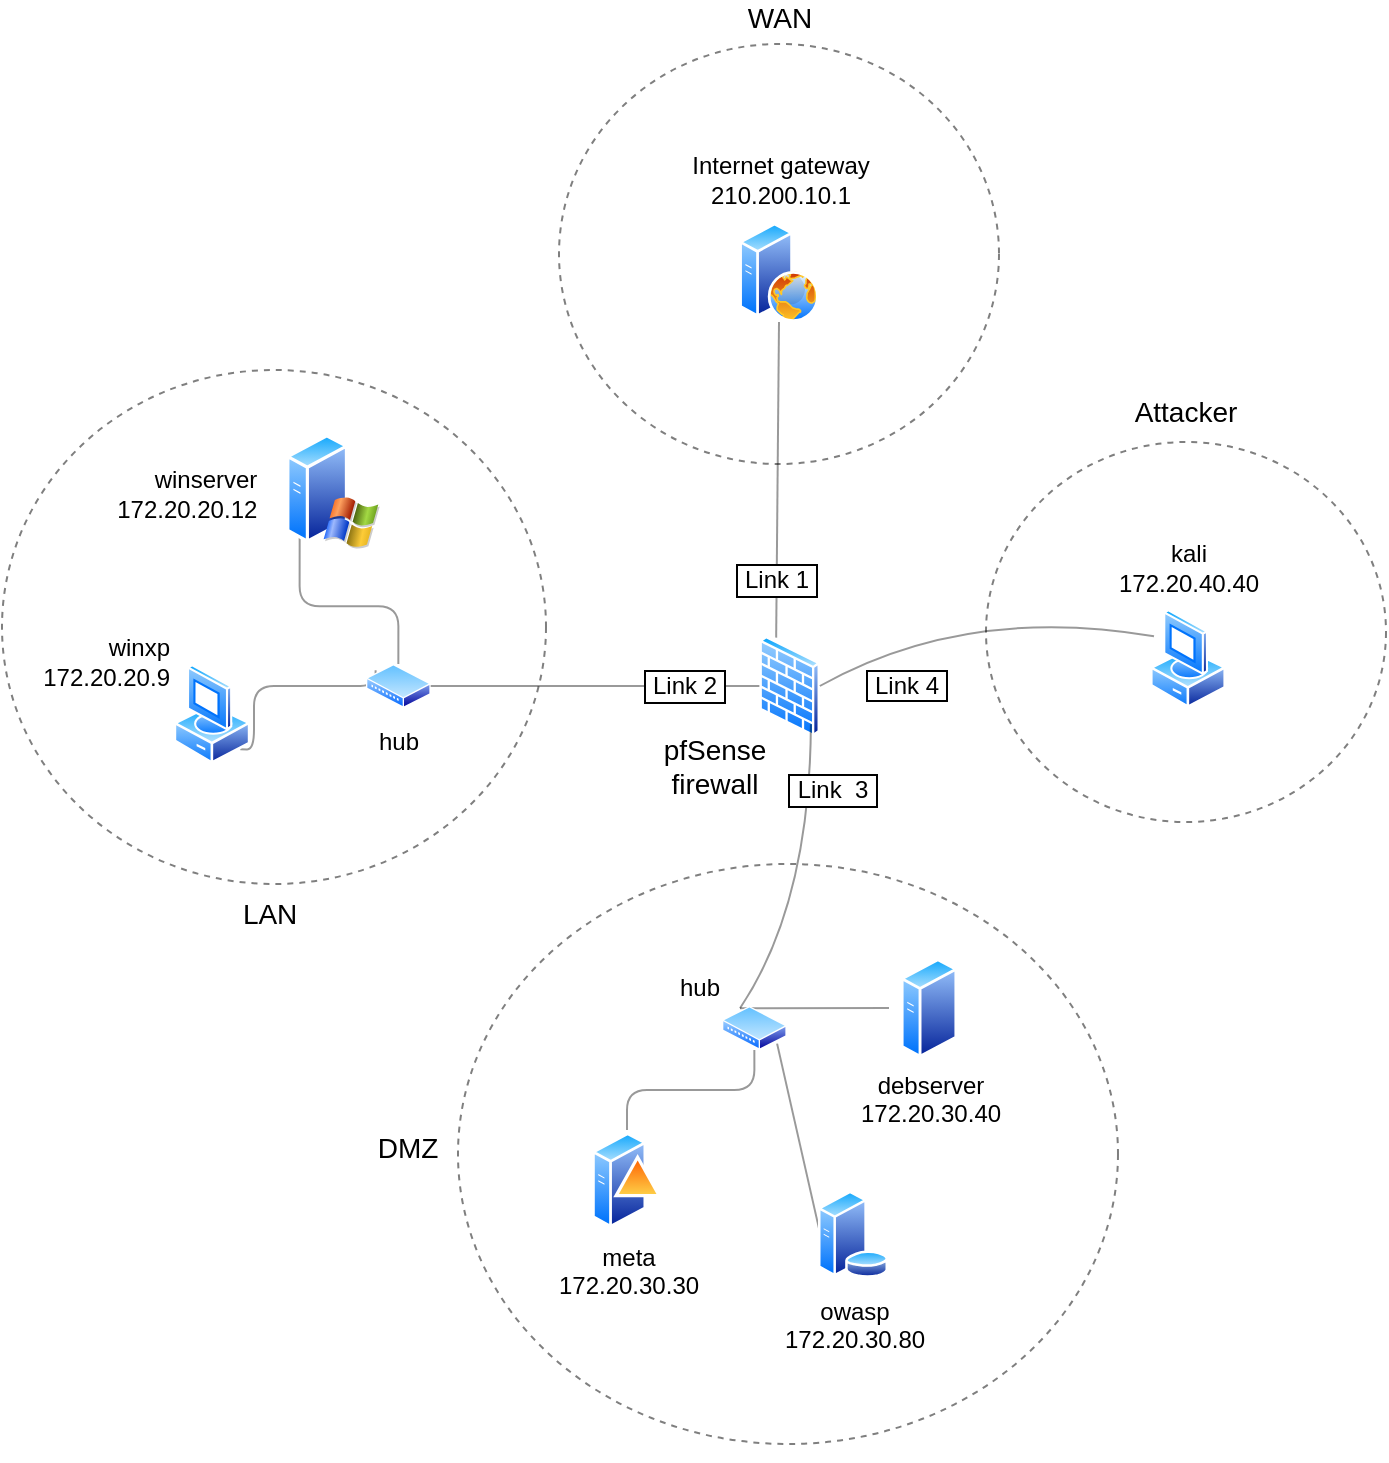
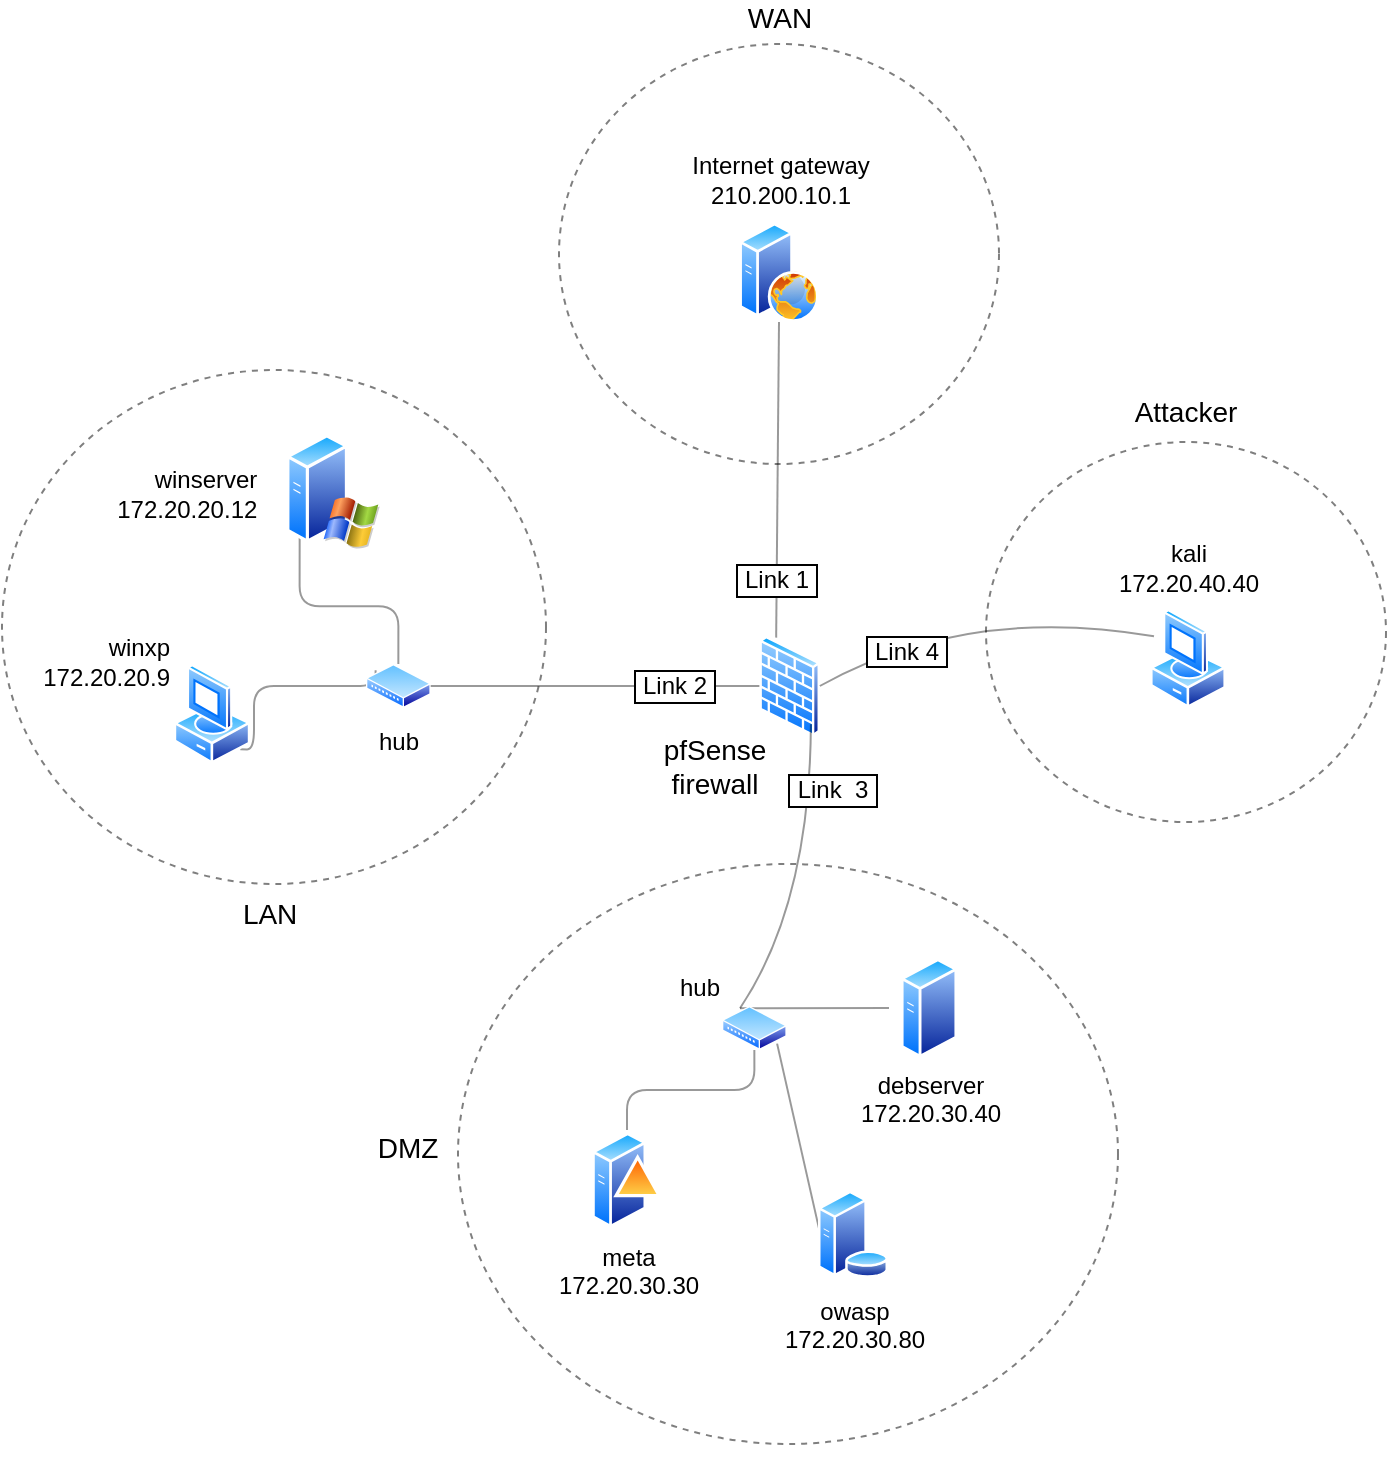
<mxfile host="app.diagrams.net">
  <diagram name="Seite-1" id="sI0nA2FEwm0xv5wlwKVV">
    <mxGraphModel dx="1940" dy="763" grid="1" gridSize="10" guides="1" tooltips="1" connect="1" arrows="1" fold="1" page="1" pageScale="1" pageWidth="827" pageHeight="1169" math="0" shadow="0">
      <root>
        <mxCell id="0" />
        <mxCell id="1" parent="0" />
        <mxCell id="a0UQNTms_buoy0jP--Xc-48" parent="1" style="ellipse;whiteSpace=wrap;html=1;fillColor=none;strokeWidth=1;labelPosition=center;verticalLabelPosition=top;align=center;verticalAlign=bottom;fontSize=14;fontStyle=0;dashed=1;strokeColor=light-dark(#000000,#FFF2CC);fontColor=light-dark(#000000,#FFF2CC);spacingTop=-1;spacingBottom=4;opacity=50;" value="Attacker" vertex="1">
          <mxGeometry height="190" width="200" x="480" y="249" as="geometry" />
        </mxCell>
        <mxCell id="eCaSIDYicL7Bv3XTQ8XW-33" parent="1" style="ellipse;whiteSpace=wrap;html=1;fillColor=none;strokeWidth=1;labelPosition=center;verticalLabelPosition=top;align=center;verticalAlign=bottom;fontSize=14;fontStyle=0;dashed=1;strokeColor=light-dark(#000000,#FFF2CC);fontColor=light-dark(#000000,#FFF2CC);opacity=50;spacingBottom=2;" value="WAN" vertex="1">
          <mxGeometry height="210" width="220" x="266.5" y="50" as="geometry" />
        </mxCell>
        <mxCell id="eCaSIDYicL7Bv3XTQ8XW-30" parent="1" style="ellipse;whiteSpace=wrap;html=1;fillColor=none;strokeWidth=1;labelPosition=left;verticalLabelPosition=middle;align=right;verticalAlign=middle;fontSize=14;fontStyle=0;dashed=1;strokeColor=light-dark(#000000,#FFF2CC);fontColor=light-dark(#000000,#FFF2CC);labelBorderColor=none;spacingTop=0;spacingBottom=7;spacing=2;opacity=50;" value="DMZ&amp;nbsp;&amp;nbsp;" vertex="1">
          <mxGeometry height="290" width="330" x="216" y="460" as="geometry" />
        </mxCell>
        <mxCell id="eCaSIDYicL7Bv3XTQ8XW-29" parent="1" style="ellipse;whiteSpace=wrap;html=1;fillColor=none;strokeWidth=1;labelPosition=center;verticalLabelPosition=bottom;align=center;verticalAlign=top;fontSize=14;fontStyle=0;dashed=1;strokeColor=light-dark(#000000,#FFF2CC);fontColor=light-dark(#000000,#FFF2CC);opacity=50;" value="LAN&amp;nbsp;" vertex="1">
          <mxGeometry height="257" width="272" x="-12" y="213" as="geometry" />
        </mxCell>
        <mxCell id="eCaSIDYicL7Bv3XTQ8XW-1" parent="1" style="aspect=fixed;html=1;align=center;shadow=0;dashed=0;spacingTop=0;image=img/lib/active_directory/web_server.svg;labelPosition=center;verticalLabelPosition=top;verticalAlign=bottom;labelBackgroundColor=none;fontColor=light-dark(#000000,#FFFFFF);fontSize=12;shape=image;perimeter=ellipsePerimeter;spacingBottom=4;" value="Internet gateway&lt;div&gt;210.200.10.1&lt;br&gt;&lt;/div&gt;" vertex="1">
          <mxGeometry height="49.77" width="79" x="337" y="139.23000000000002" as="geometry" />
        </mxCell>
        <mxCell id="a0UQNTms_buoy0jP--Xc-31" edge="1" parent="1" source="eCaSIDYicL7Bv3XTQ8XW-10" style="rounded=0;orthogonalLoop=1;jettySize=auto;html=1;exitX=0.25;exitY=0;exitDx=0;exitDy=0;endArrow=none;endFill=0;curved=1;opacity=40;fontSize=12;labelBorderColor=light-dark(#000000,#FFB366);spacingLeft=-1;sourcePerimeterSpacing=0;startSize=6;spacingTop=100;entryX=0.5;entryY=1;entryDx=0;entryDy=0;" target="eCaSIDYicL7Bv3XTQ8XW-1" value="&lt;span&gt;&amp;nbsp;Link 1&amp;nbsp;&lt;/span&gt;">
          <mxGeometry relative="1" x="0.0031" as="geometry">
            <mxPoint as="offset" />
            <Array as="points" />
            <mxPoint x="400" y="150" as="targetPoint" />
          </mxGeometry>
        </mxCell>
        <mxCell id="eCaSIDYicL7Bv3XTQ8XW-10" parent="1" style="aspect=fixed;html=1;align=center;shadow=0;dashed=0;spacingTop=-6;image=img/lib/active_directory/firewall.svg;fontSize=14;labelPosition=left;verticalLabelPosition=bottom;verticalAlign=top;spacingLeft=0;spacingRight=15;spacingBottom=0;spacing=-2;labelBackgroundColor=default;shape=image;perimeter=ellipsePerimeter;" value="pfSense&lt;br&gt;firewall" vertex="1">
          <mxGeometry height="54" width="30.24" x="366.68" y="344" as="geometry" />
        </mxCell>
        <mxCell id="a0UQNTms_buoy0jP--Xc-1" edge="1" parent="1" source="eCaSIDYicL7Bv3XTQ8XW-17" style="edgeStyle=orthogonalEdgeStyle;rounded=0;orthogonalLoop=1;jettySize=auto;html=1;exitX=0;exitY=0.5;exitDx=0;exitDy=0;entryX=0.25;entryY=0;entryDx=0;entryDy=0;endArrow=none;endFill=0;curved=1;opacity=40;" target="eCaSIDYicL7Bv3XTQ8XW-35">
          <mxGeometry relative="1" as="geometry" />
        </mxCell>
        <mxCell id="eCaSIDYicL7Bv3XTQ8XW-17" parent="1" style="aspect=fixed;html=1;align=center;shadow=0;dashed=0;spacingTop=0;image=img/lib/active_directory/generic_server.svg;shape=image;labelBackgroundColor=none;verticalAlign=top;verticalLabelPosition=bottom;perimeter=ellipsePerimeter;" value="debserver&lt;div&gt;172.20.30.40&lt;/div&gt;" vertex="1">
          <mxGeometry height="50" width="40" x="431.5" y="507" as="geometry" />
        </mxCell>
        <mxCell id="a0UQNTms_buoy0jP--Xc-3" edge="1" parent="1" source="eCaSIDYicL7Bv3XTQ8XW-18" style="rounded=0;orthogonalLoop=1;jettySize=auto;html=1;exitX=0;exitY=1;exitDx=0;exitDy=0;entryX=1;entryY=1;entryDx=0;entryDy=0;endArrow=none;endFill=0;opacity=40;" target="eCaSIDYicL7Bv3XTQ8XW-35">
          <mxGeometry relative="1" as="geometry" />
        </mxCell>
        <mxCell id="eCaSIDYicL7Bv3XTQ8XW-18" parent="1" style="aspect=fixed;html=1;align=center;shadow=0;dashed=0;spacingTop=0;image=img/lib/active_directory/database_server.svg;shape=image;labelBackgroundColor=none;verticalAlign=top;verticalLabelPosition=bottom;perimeter=ellipsePerimeter;" value="owasp&lt;div&gt;172.20.30.80&lt;/div&gt;" vertex="1">
          <mxGeometry height="50" width="35" x="396" y="619.9999999999999" as="geometry" />
        </mxCell>
        <mxCell id="a0UQNTms_buoy0jP--Xc-2" edge="1" parent="1" source="eCaSIDYicL7Bv3XTQ8XW-19" style="edgeStyle=orthogonalEdgeStyle;rounded=1;orthogonalLoop=1;jettySize=auto;html=1;exitX=0.5;exitY=0;exitDx=0;exitDy=0;entryX=0.5;entryY=1;entryDx=0;entryDy=0;endArrow=none;endFill=0;curved=0;opacity=40;" target="eCaSIDYicL7Bv3XTQ8XW-35">
          <mxGeometry relative="1" as="geometry" />
        </mxCell>
        <mxCell id="eCaSIDYicL7Bv3XTQ8XW-19" parent="1" style="aspect=fixed;html=1;align=center;shadow=0;dashed=0;spacingTop=0;image=img/lib/active_directory/domain_controller.svg;shape=image;labelBackgroundColor=none;verticalAlign=top;verticalLabelPosition=bottom;perimeter=ellipsePerimeter;" value="meta&lt;div&gt;172.20.30.30&lt;/div&gt;" vertex="1">
          <mxGeometry height="50" width="35" x="283" y="592.9999999999999" as="geometry" />
        </mxCell>
        <mxCell id="eCaSIDYicL7Bv3XTQ8XW-39" edge="1" parent="1" source="eCaSIDYicL7Bv3XTQ8XW-20" style="edgeStyle=orthogonalEdgeStyle;rounded=1;orthogonalLoop=1;jettySize=auto;html=1;exitX=1;exitY=1;exitDx=0;exitDy=0;entryX=0;entryY=0;entryDx=0;entryDy=0;curved=0;endArrow=none;endFill=0;opacity=40;" target="eCaSIDYicL7Bv3XTQ8XW-36">
          <mxGeometry relative="1" as="geometry">
            <Array as="points">
              <mxPoint x="114" y="371" />
              <mxPoint x="175" y="371" />
            </Array>
          </mxGeometry>
        </mxCell>
        <mxCell id="eCaSIDYicL7Bv3XTQ8XW-20" parent="1" style="aspect=fixed;html=1;align=right;shadow=0;dashed=0;spacingTop=0;image=img/lib/active_directory/vista_client.svg;shape=image;labelBackgroundColor=none;verticalAlign=bottom;verticalLabelPosition=top;perimeter=ellipsePerimeter;labelPosition=left;spacingBottom=-16;" value="winxp&lt;div&gt;172.20.20.9&lt;/div&gt;" vertex="1">
          <mxGeometry height="50" width="40" x="73" y="360" as="geometry" />
        </mxCell>
        <mxCell id="eCaSIDYicL7Bv3XTQ8XW-40" edge="1" parent="1" source="eCaSIDYicL7Bv3XTQ8XW-21" style="edgeStyle=orthogonalEdgeStyle;rounded=1;orthogonalLoop=1;jettySize=auto;html=1;exitX=0;exitY=1;exitDx=0;exitDy=0;entryX=0.5;entryY=0;entryDx=0;entryDy=0;endArrow=none;endFill=0;curved=0;opacity=40;" target="eCaSIDYicL7Bv3XTQ8XW-36">
          <mxGeometry relative="1" as="geometry" />
        </mxCell>
        <mxCell id="eCaSIDYicL7Bv3XTQ8XW-21" parent="1" style="aspect=fixed;html=1;align=right;shadow=0;dashed=0;spacingTop=3;image=img/lib/active_directory/windows_server_2.svg;shape=image;labelBackgroundColor=none;verticalAlign=middle;verticalLabelPosition=middle;perimeter=ellipsePerimeter;labelPosition=left;" value="winserver&amp;nbsp; &amp;nbsp;&amp;nbsp;&lt;div&gt;172.20.20.12&amp;nbsp; &amp;nbsp;&amp;nbsp;&lt;/div&gt;" vertex="1">
          <mxGeometry height="57.32" width="47" x="130" y="245" as="geometry" />
        </mxCell>
-         <mxCell id="a0UQNTms_buoy0jP--Xc-6" edge="1" parent="1" source="eCaSIDYicL7Bv3XTQ8XW-26" style="rounded=0;orthogonalLoop=1;jettySize=auto;html=1;entryX=1;entryY=0.5;entryDx=0;entryDy=0;endArrow=none;endFill=0;opacity=40;exitX=0;exitY=0.25;exitDx=0;exitDy=0;fontSize=12;labelPosition=center;verticalLabelPosition=top;align=center;verticalAlign=bottom;labelBorderColor=light-dark(#000000,#FFB366);textShadow=0;sourcePerimeterSpacing=0;spacingTop=0;spacingLeft=-72;spacingBottom=-50;labelBackgroundColor=default;curved=1;" value="&amp;nbsp;Link 4&amp;nbsp;">
+         <mxCell id="a0UQNTms_buoy0jP--Xc-6" edge="1" parent="1" source="eCaSIDYicL7Bv3XTQ8XW-26" style="rounded=0;orthogonalLoop=1;jettySize=auto;html=1;entryX=1;entryY=0.5;entryDx=0;entryDy=0;endArrow=none;endFill=0;opacity=40;exitX=0;exitY=0.25;exitDx=0;exitDy=0;fontSize=12;labelPosition=center;verticalLabelPosition=top;align=center;verticalAlign=bottom;labelBorderColor=light-dark(#000000,#FFB366);textShadow=0;sourcePerimeterSpacing=0;spacingTop=0;spacingLeft=-72;spacingBottom=-33;labelBackgroundColor=default;curved=1;" value="&amp;nbsp;Link 4&amp;nbsp;">
          <mxGeometry relative="1" as="geometry">
            <Array as="points">
              <mxPoint x="470" y="330" />
            </Array>
            <mxPoint x="581.8663594500567" y="360.91344597206444" as="sourcePoint" />
            <mxPoint x="396.919999999981" y="371" as="targetPoint" />
          </mxGeometry>
        </mxCell>
        <mxCell id="eCaSIDYicL7Bv3XTQ8XW-26" parent="1" style="image;aspect=fixed;perimeter=ellipsePerimeter;html=1;align=center;shadow=0;dashed=0;spacingTop=0;image=img/lib/active_directory/vista_client.svg;labelPosition=center;verticalLabelPosition=top;verticalAlign=bottom;labelBackgroundColor=none;spacingBottom=3;" value="kali&lt;div&gt;172.20.40.40&lt;br&gt;&lt;/div&gt;" vertex="1">
          <mxGeometry height="50" width="38" x="562" y="332.32" as="geometry" />
        </mxCell>
        <mxCell id="a0UQNTms_buoy0jP--Xc-4" edge="1" parent="1" source="eCaSIDYicL7Bv3XTQ8XW-35" style="rounded=0;orthogonalLoop=1;jettySize=auto;html=1;exitX=0.25;exitY=0;exitDx=0;exitDy=0;endArrow=none;endFill=0;opacity=40;entryX=1;entryY=1;entryDx=0;entryDy=0;fontSize=12;labelBorderColor=light-dark(#000000,#FFB366);spacingLeft=21;spacingBottom=87;curved=1;" target="eCaSIDYicL7Bv3XTQ8XW-10" value="&amp;nbsp;Link&amp;nbsp; 3&amp;nbsp;">
          <mxGeometry relative="1" x="0.0035" as="geometry">
            <mxPoint as="offset" />
            <Array as="points">
              <mxPoint x="392" y="480" />
            </Array>
            <mxPoint x="370.0000000000001" y="429.9999999999999" as="targetPoint" />
          </mxGeometry>
        </mxCell>
        <mxCell id="eCaSIDYicL7Bv3XTQ8XW-35" parent="1" style="image;aspect=fixed;perimeter=ellipsePerimeter;html=1;align=right;shadow=0;dashed=0;spacingTop=3;image=img/lib/active_directory/wiring_hub.svg;labelPosition=left;verticalLabelPosition=top;verticalAlign=bottom;" value="hub" vertex="1">
          <mxGeometry height="22" width="32.35" x="348" y="530.9999999999999" as="geometry" />
        </mxCell>
        <mxCell id="eCaSIDYicL7Bv3XTQ8XW-36" parent="1" style="image;aspect=fixed;perimeter=ellipsePerimeter;html=1;align=center;shadow=0;dashed=0;spacingTop=3;image=img/lib/active_directory/wiring_hub.svg;" value="hub" vertex="1">
          <mxGeometry height="22" width="32.35" x="170" y="360" as="geometry" />
        </mxCell>
-         <mxCell id="a0UQNTms_buoy0jP--Xc-5" edge="1" parent="1" source="eCaSIDYicL7Bv3XTQ8XW-36" style="edgeStyle=orthogonalEdgeStyle;rounded=0;orthogonalLoop=1;jettySize=auto;html=1;exitX=1;exitY=0.5;exitDx=0;exitDy=0;endArrow=none;endFill=0;entryX=0;entryY=0.5;entryDx=0;entryDy=0;opacity=40;fontSize=12;labelBorderColor=light-dark(#000000,#FFB366);spacingLeft=90;" target="eCaSIDYicL7Bv3XTQ8XW-10" value="&amp;nbsp;Link 2&amp;nbsp;">
+         <mxCell id="a0UQNTms_buoy0jP--Xc-5" edge="1" parent="1" source="eCaSIDYicL7Bv3XTQ8XW-36" style="edgeStyle=orthogonalEdgeStyle;rounded=0;orthogonalLoop=1;jettySize=auto;html=1;exitX=1;exitY=0.5;exitDx=0;exitDy=0;endArrow=none;endFill=0;entryX=0;entryY=0.5;entryDx=0;entryDy=0;opacity=40;fontSize=12;labelBorderColor=light-dark(#000000,#FFB366);spacingLeft=79;" target="eCaSIDYicL7Bv3XTQ8XW-10" value="&amp;nbsp;Link 2&amp;nbsp;">
          <mxGeometry relative="1" as="geometry">
            <mxPoint x="380" y="370" as="targetPoint" />
          </mxGeometry>
        </mxCell>
        <mxCell id="a0UQNTms_buoy0jP--Xc-8" edge="1" parent="1" source="eCaSIDYicL7Bv3XTQ8XW-33" style="edgeStyle=orthogonalEdgeStyle;rounded=0;orthogonalLoop=1;jettySize=auto;html=1;exitX=0.5;exitY=1;exitDx=0;exitDy=0;" target="eCaSIDYicL7Bv3XTQ8XW-33">
          <mxGeometry relative="1" as="geometry" />
        </mxCell>
        <mxCell id="a0UQNTms_buoy0jP--Xc-49" edge="1" parent="1" source="eCaSIDYicL7Bv3XTQ8XW-30" style="edgeStyle=orthogonalEdgeStyle;rounded=0;orthogonalLoop=1;jettySize=auto;html=1;exitX=0.5;exitY=1;exitDx=0;exitDy=0;" target="eCaSIDYicL7Bv3XTQ8XW-30">
          <mxGeometry relative="1" as="geometry" />
        </mxCell>
      </root>
    </mxGraphModel>
  </diagram>
</mxfile>
